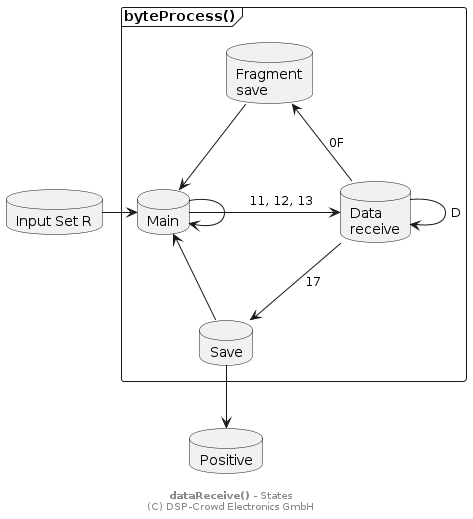
Before: doc/system/byte-process_states_2.png, a diagram exported from PlantUML (NoOrientationProgramming/code-orb).
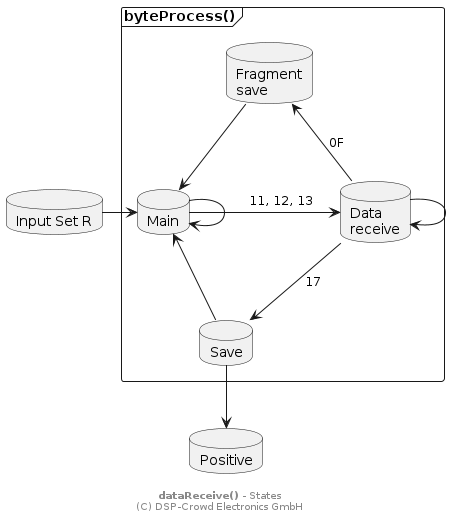
Above is the later version.

Change to the diagram source:
```diff
@@ -24,7 +24,7 @@
 
 sMain <-- sSave
 sRcv --> sSave : 17
-sRcv --> sRcv : D
+sRcv --> sRcv
 
 sSave --> sPos
 
```
